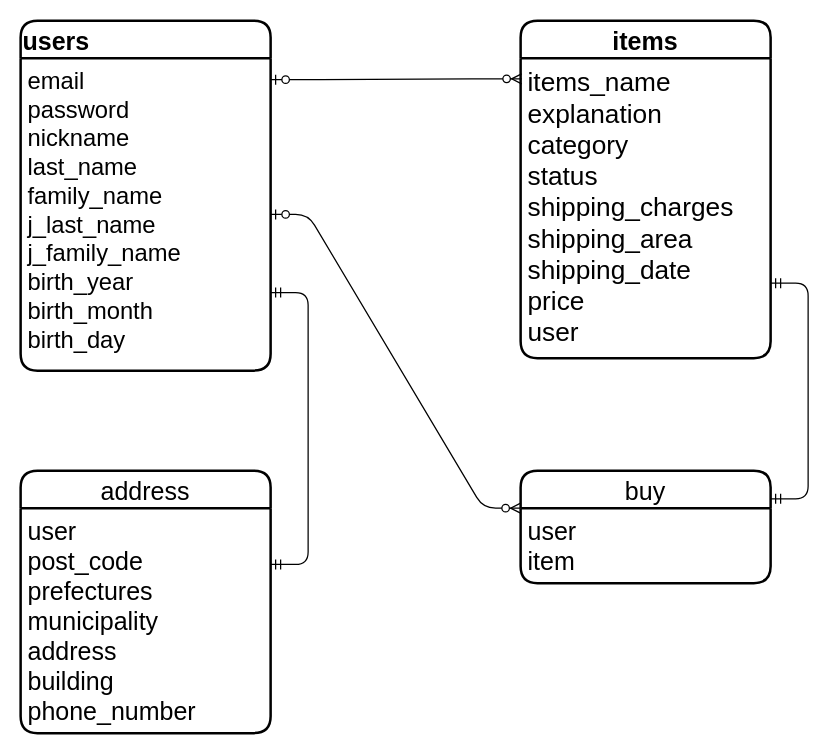
Before: furima.dio in arika-kimata/furima-33803, a draw.io diagram. Source tidied: cells renumbered, new cells numbered last; positions are measured from the earlier drawing's top-left corner, leaving out a move shared by most shapes. Both pictures are drawn from the tidied source at 125%, with x=0, y=0 at pixel (20, 20).
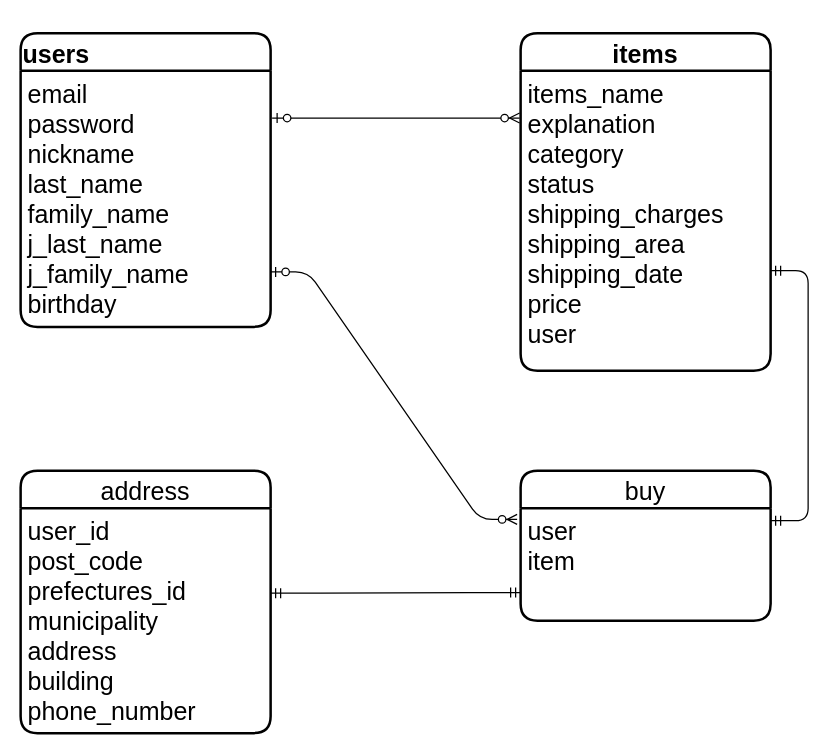
The same diagram, later.

Commit message (it also covers changes not shown here):
DB設計、ER図修正しました

The edit, as a diff of the source:
```diff
@@
 <mxGraphModel>
   <root>
     <mxCell id="0" />
     <mxCell id="1" parent="0" />
     <mxCell id="2" value="items" style="swimlane;horizontal=1;startSize=30;rounded=1;fontSize=20;fontStyle=1;strokeWidth=2;shadow=0;dashed=0;align=center;" parent="1" vertex="1">
-      <mxGeometry x="400" width="200" height="270" as="geometry" />
+      <mxGeometry x="400" y="10" width="200" height="270" as="geometry" />
     </mxCell>
-    <mxCell id="3" value="items_name&#10;explanation&#10;category&#10;status&#10;shipping_charges&#10;shipping_area&#10;shipping_date&#10;price&#10;user" style="align=left;strokeColor=none;fillColor=none;spacingLeft=4;fontSize=21;verticalAlign=top;" parent="2" vertex="1">
+    <mxCell id="3" value="items_name&#10;explanation&#10;category&#10;status&#10;shipping_charges&#10;shipping_area&#10;shipping_date&#10;price&#10;user" style="align=left;strokeColor=none;fillColor=none;spacingLeft=4;fontSize=20;verticalAlign=top;" parent="2" vertex="1">
       <mxGeometry y="30" width="200" height="240" as="geometry" />
     </mxCell>
     <mxCell id="4" value="users" style="swimlane;horizontal=1;startSize=30;rounded=1;fontSize=20;fontStyle=1;strokeWidth=2;shadow=0;dashed=0;align=left;" parent="1" vertex="1">
-      <mxGeometry width="200" height="280" as="geometry" />
+      <mxGeometry y="10" width="200" height="235" as="geometry" />
     </mxCell>
-    <mxCell id="5" value="email&#10;password&#10;nickname&#10;last_name&#10;family_name&#10;j_last_name&#10;j_family_name&#10;birth_year&#10;birth_month&#10;birth_day" style="align=left;strokeColor=none;fillColor=none;spacingLeft=4;fontSize=19;verticalAlign=top;" parent="4" vertex="1">
-      <mxGeometry y="30" width="200" height="250" as="geometry" />
+    <mxCell id="5" value="email&#10;password&#10;nickname&#10;last_name&#10;family_name&#10;j_last_name&#10;j_family_name&#10;birthday" style="align=left;strokeColor=none;fillColor=none;spacingLeft=4;fontSize=20;verticalAlign=top;" parent="4" vertex="1">
+      <mxGeometry y="30" width="200" height="205" as="geometry" />
     </mxCell>
-    <mxCell id="6" style="edgeStyle=entityRelationEdgeStyle;fontSize=12;html=1;endArrow=ERzeroToMany;startArrow=ERzeroToOne;exitX=1;exitY=0.069;exitDx=0;exitDy=0;exitPerimeter=0;entryX=0.004;entryY=0.069;entryDx=0;entryDy=0;entryPerimeter=0;" parent="1" edge="1" source="5" target="3">
+    <mxCell id="6" style="edgeStyle=entityRelationEdgeStyle;fontSize=12;html=1;endArrow=ERzeroToMany;startArrow=ERzeroToOne;exitX=1.006;exitY=0.185;exitDx=0;exitDy=0;exitPerimeter=0;entryX=-0.004;entryY=0.158;entryDx=0;entryDy=0;entryPerimeter=0;" parent="1" edge="1" source="5" target="3">
       <mxGeometry relative="1" as="geometry" />
     </mxCell>
     <mxCell id="7" value="buy" style="swimlane;horizontal=1;startSize=30;rounded=1;fontSize=20;fontStyle=0;strokeWidth=2;shadow=0;dashed=0;align=center;" parent="1" vertex="1">
-      <mxGeometry x="400" y="360" width="200" height="90" as="geometry" />
+      <mxGeometry x="400" y="360" width="200" height="120" as="geometry" />
     </mxCell>
     <mxCell id="8" value="user&#10;item" style="align=left;strokeColor=none;fillColor=none;spacingLeft=4;fontSize=20;verticalAlign=top;" parent="7" vertex="1">
-      <mxGeometry y="30" width="200" height="60" as="geometry" />
+      <mxGeometry y="30" width="200" height="90" as="geometry" />
     </mxCell>
     <mxCell id="9" value="address" style="swimlane;horizontal=1;startSize=30;rounded=1;fontSize=20;fontStyle=0;strokeWidth=2;shadow=0;dashed=0;align=center;" parent="1" vertex="1">
       <mxGeometry y="360" width="200" height="210" as="geometry" />
     </mxCell>
-    <mxCell id="10" value="user&#10;post_code&#10;prefectures&#10;municipality&#10;address&#10;building&#10;phone_number" style="align=left;strokeColor=none;fillColor=none;spacingLeft=4;fontSize=20;verticalAlign=top;" parent="9" vertex="1">
+    <mxCell id="10" value="user_id&#10;post_code&#10;prefectures_id&#10;municipality&#10;address&#10;building&#10;phone_number" style="align=left;strokeColor=none;fillColor=none;spacingLeft=4;fontSize=20;verticalAlign=top;" parent="9" vertex="1">
       <mxGeometry y="30" width="200" height="180" as="geometry" />
     </mxCell>
-    <mxCell id="11" style="edgeStyle=entityRelationEdgeStyle;fontSize=12;html=1;endArrow=ERzeroToMany;startArrow=ERzeroToOne;exitX=1;exitY=0.5;exitDx=0;exitDy=0;entryX=0;entryY=0;entryDx=0;entryDy=0;" parent="1" edge="1" source="5" target="8">
-      <mxGeometry relative="1" as="geometry" />
-    </mxCell>
-    <mxCell id="12" style="edgeStyle=entityRelationEdgeStyle;fontSize=12;html=1;endArrow=ERmandOne;startArrow=ERmandOne;exitX=1;exitY=0.25;exitDx=0;exitDy=0;entryX=1;entryY=0.75;entryDx=0;entryDy=0;" parent="1" edge="1" source="7" target="3">
-      <mxGeometry relative="1" as="geometry" />
-    </mxCell>
-    <mxCell id="13" style="edgeStyle=entityRelationEdgeStyle;fontSize=12;html=1;endArrow=ERmandOne;startArrow=ERmandOne;entryX=1;entryY=0.75;entryDx=0;entryDy=0;exitX=1;exitY=0.25;exitDx=0;exitDy=0;" parent="1" edge="1" source="10" target="5">
-      <mxGeometry relative="1" as="geometry" />
-    </mxCell>
+    <mxCell id="14" style="edgeStyle=entityRelationEdgeStyle;fontSize=12;html=1;endArrow=ERmandOne;startArrow=ERmandOne;entryX=0;entryY=0.75;entryDx=0;entryDy=0;" parent="1" edge="1" target="8">
+      <mxGeometry relative="1" as="geometry">
+        <mxPoint x="200" y="458" as="sourcePoint" />
+      </mxGeometry>
+    </mxCell>
+    <mxCell id="15" style="edgeStyle=entityRelationEdgeStyle;fontSize=12;html=1;endArrow=ERmandOne;startArrow=ERmandOne;entryX=1;entryY=0.667;entryDx=0;entryDy=0;entryPerimeter=0;" parent="1" edge="1" target="3">
+      <mxGeometry relative="1" as="geometry">
+        <mxPoint x="600" y="400" as="sourcePoint" />
+      </mxGeometry>
+    </mxCell>
+    <mxCell id="16" style="edgeStyle=entityRelationEdgeStyle;fontSize=12;html=1;endArrow=ERzeroToMany;startArrow=ERzeroToOne;entryX=-0.014;entryY=0.1;entryDx=0;entryDy=0;entryPerimeter=0;" parent="1" edge="1" target="8">
+      <mxGeometry relative="1" as="geometry">
+        <mxPoint x="200" y="201" as="sourcePoint" />
+      </mxGeometry>
+    </mxCell>
   </root>
 </mxGraphModel>
```
